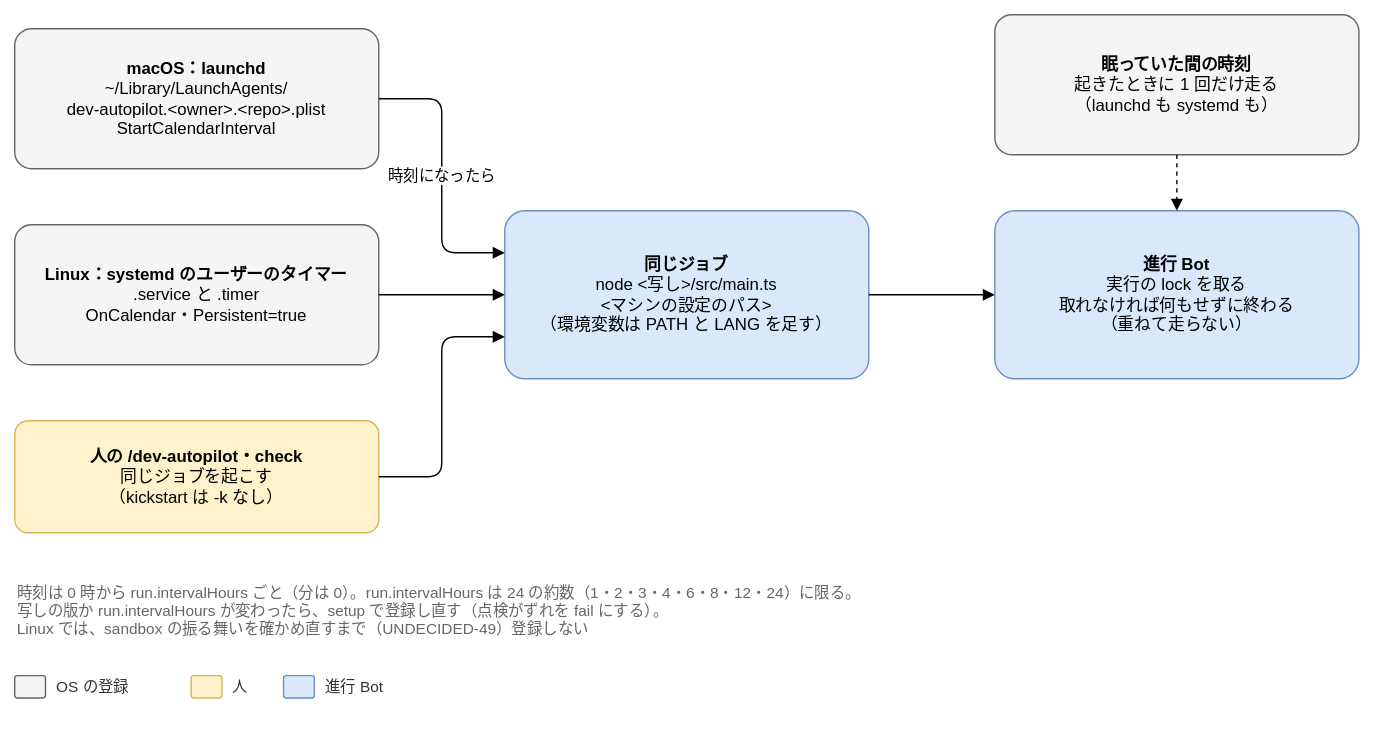
The draw.io diagram docs/design/basic/diagrams/04-schedule.drawio.svg in Joymerrevent/dev-autopilot, before a commit. Source tidied: cells renumbered, new cells last; positions are measured from the earlier drawing's top-left corner, leaving out a move shared by most shapes.
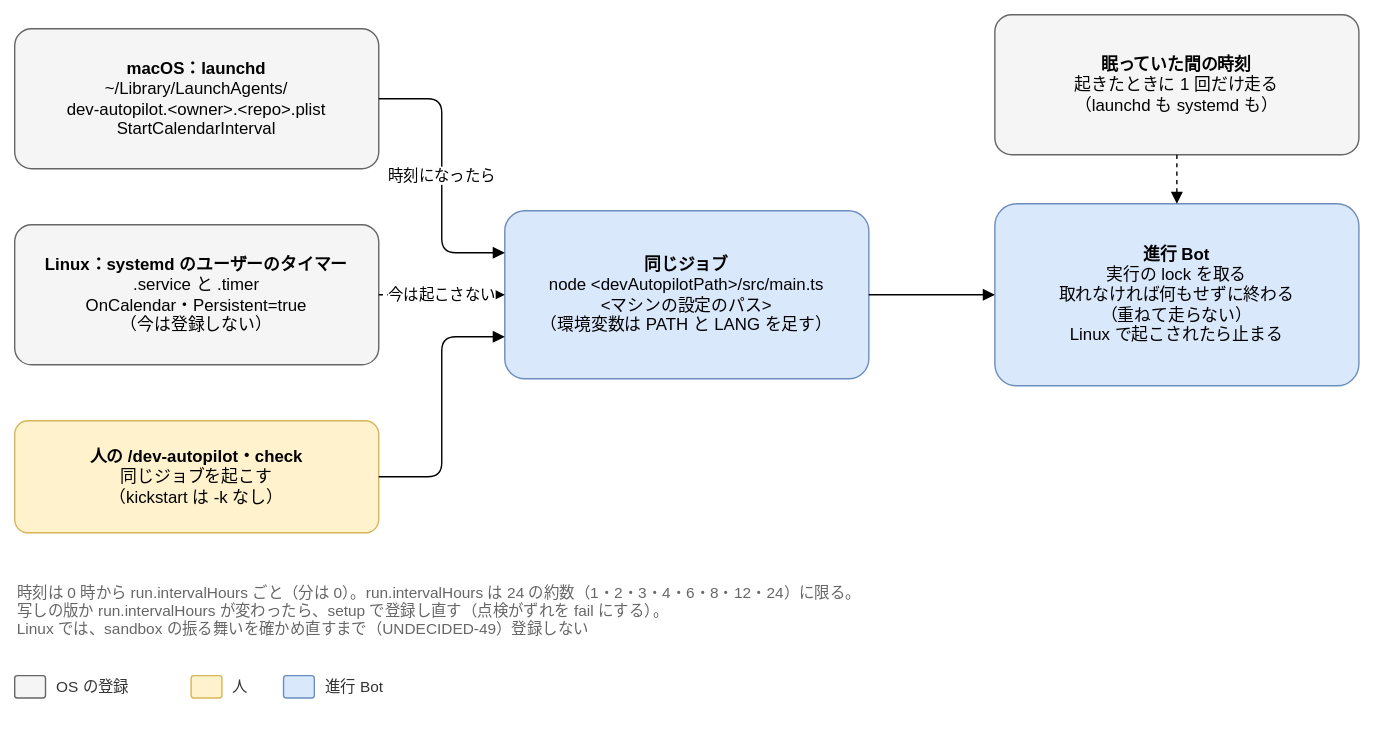
The same diagram one commit later.

The edit, as a diff of the source:
```diff
@@ -5,26 +5,26 @@
     <mxCell id="2" value="&lt;b&gt;macOS：launchd&lt;/b&gt;&lt;br&gt;~/Library/LaunchAgents/&lt;br&gt;dev-autopilot.&amp;lt;owner&amp;gt;.&amp;lt;repo&amp;gt;.plist&lt;br&gt;StartCalendarInterval" style="rounded=1;whiteSpace=wrap;html=1;fontSize=12;arcSize=12;spacing=12;fillColor=#f5f5f5;strokeColor=#666666;" parent="1" vertex="1">
       <mxGeometry y="10" width="260" height="100" as="geometry" />
     </mxCell>
-    <mxCell id="3" value="&lt;b&gt;Linux：systemd のユーザーのタイマー&lt;/b&gt;&lt;br&gt;.service と .timer&lt;br&gt;OnCalendar・Persistent=true" style="rounded=1;whiteSpace=wrap;html=1;fontSize=12;arcSize=12;spacing=12;fillColor=#f5f5f5;strokeColor=#666666;" parent="1" vertex="1">
+    <mxCell id="3" value="&lt;b&gt;Linux：systemd のユーザーのタイマー&lt;/b&gt;&lt;br&gt;.service と .timer&lt;br&gt;OnCalendar・Persistent=true&lt;br&gt;（今は登録しない）" style="rounded=1;whiteSpace=wrap;html=1;fontSize=12;arcSize=12;spacing=12;fillColor=#f5f5f5;strokeColor=#666666;" parent="1" vertex="1">
       <mxGeometry y="150" width="260" height="100" as="geometry" />
     </mxCell>
     <mxCell id="4" value="&lt;b&gt;人の /dev-autopilot・check&lt;/b&gt;&lt;br&gt;同じジョブを起こす&lt;br&gt;（kickstart は -k なし）" style="rounded=1;whiteSpace=wrap;html=1;fontSize=12;arcSize=12;spacing=12;fillColor=#fff2cc;strokeColor=#d6b656;" parent="1" vertex="1">
       <mxGeometry y="290" width="260" height="80" as="geometry" />
     </mxCell>
-    <mxCell id="5" value="&lt;b&gt;同じジョブ&lt;/b&gt;&lt;br&gt;node &amp;lt;写し&amp;gt;/src/main.ts&lt;br&gt;&amp;lt;マシンの設定のパス&amp;gt;&lt;br&gt;（環境変数は PATH と LANG を足す）" style="rounded=1;whiteSpace=wrap;html=1;fontSize=12;arcSize=12;spacing=12;fillColor=#dae8fc;strokeColor=#6c8ebf;" parent="1" vertex="1">
+    <mxCell id="5" value="&lt;b&gt;同じジョブ&lt;/b&gt;&lt;br&gt;node &amp;lt;devAutopilotPath&amp;gt;/src/main.ts&lt;br&gt;&amp;lt;マシンの設定のパス&amp;gt;&lt;br&gt;（環境変数は PATH と LANG を足す）" style="rounded=1;whiteSpace=wrap;html=1;fontSize=12;arcSize=12;spacing=12;fillColor=#dae8fc;strokeColor=#6c8ebf;" parent="1" vertex="1">
       <mxGeometry x="350" y="140" width="260" height="120" as="geometry" />
     </mxCell>
     <mxCell id="6" value="時刻になったら" style="edgeStyle=orthogonalEdgeStyle;rounded=1;html=1;endArrow=block;endFill=1;fontSize=11;labelBackgroundColor=#ffffff;exitX=1;exitY=0.5;exitDx=0;exitDy=0;entryX=0;entryY=0.25;entryDx=0;entryDy=0;" parent="1" edge="1" source="2" target="5">
       <mxGeometry relative="1" as="geometry" />
     </mxCell>
-    <mxCell id="7" style="edgeStyle=orthogonalEdgeStyle;rounded=1;html=1;endArrow=block;endFill=1;fontSize=11;labelBackgroundColor=#ffffff;exitX=1;exitY=0.5;exitDx=0;exitDy=0;entryX=0;entryY=0.5;entryDx=0;entryDy=0;" parent="1" edge="1" source="3" target="5">
+    <mxCell id="7" value="今は起こさない" style="edgeStyle=orthogonalEdgeStyle;rounded=1;html=1;endArrow=block;endFill=1;fontSize=11;labelBackgroundColor=#ffffff;exitX=1;exitY=0.5;exitDx=0;exitDy=0;entryX=0;entryY=0.5;entryDx=0;entryDy=0;dashed=1;" parent="1" edge="1" source="3" target="5">
       <mxGeometry relative="1" as="geometry" />
     </mxCell>
     <mxCell id="8" style="edgeStyle=orthogonalEdgeStyle;rounded=1;html=1;endArrow=block;endFill=1;fontSize=11;labelBackgroundColor=#ffffff;exitX=1;exitY=0.5;exitDx=0;exitDy=0;entryX=0;entryY=0.75;entryDx=0;entryDy=0;" parent="1" edge="1" source="4" target="5">
       <mxGeometry relative="1" as="geometry" />
     </mxCell>
-    <mxCell id="9" value="&lt;b&gt;進行 Bot&lt;/b&gt;&lt;br&gt;実行の lock を取る&lt;br&gt;取れなければ何もせずに終わる&lt;br&gt;（重ねて走らない）" style="rounded=1;whiteSpace=wrap;html=1;fontSize=12;arcSize=12;spacing=12;fillColor=#dae8fc;strokeColor=#6c8ebf;" parent="1" vertex="1">
-      <mxGeometry x="700" y="140" width="260" height="120" as="geometry" />
+    <mxCell id="9" value="&lt;b&gt;進行 Bot&lt;/b&gt;&lt;br&gt;実行の lock を取る&lt;br&gt;取れなければ何もせずに終わる&lt;br&gt;（重ねて走らない）&lt;br&gt;Linux で起こされたら止まる" style="rounded=1;whiteSpace=wrap;html=1;fontSize=12;arcSize=12;spacing=12;fillColor=#dae8fc;strokeColor=#6c8ebf;" parent="1" vertex="1">
+      <mxGeometry x="700" y="135" width="260" height="130" as="geometry" />
     </mxCell>
     <mxCell id="10" style="edgeStyle=orthogonalEdgeStyle;rounded=1;html=1;endArrow=block;endFill=1;fontSize=11;labelBackgroundColor=#ffffff;exitX=1;exitY=0.5;exitDx=0;exitDy=0;entryX=0;entryY=0.5;entryDx=0;entryDy=0;" parent="1" edge="1" source="5" target="9">
       <mxGeometry relative="1" as="geometry" />
```
